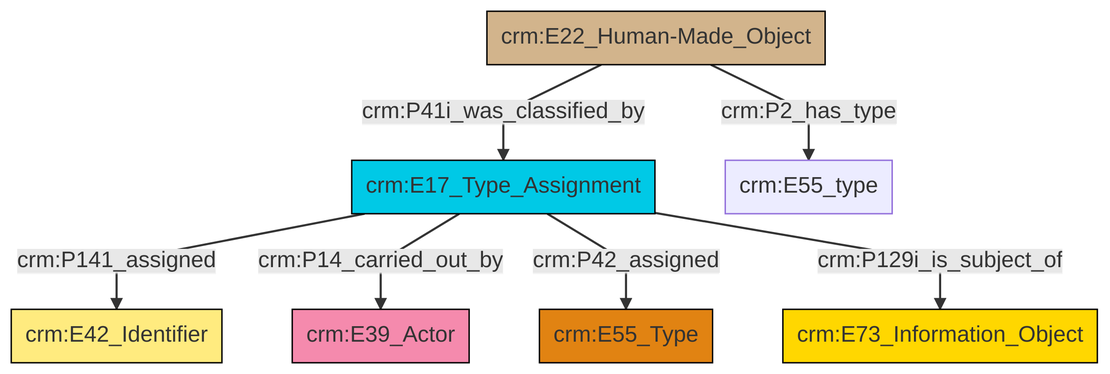
This is et/builtWorkCSV/ttl/mmd/png/Built_Work_designation_status.png from swiss-art-research-net/reference-data-models, a Mermaid export, as it was before one commit. Its source is kept beside it as et/builtWorkCSV/ttl/mmd/Built_Work_designation_status.ttl.mmd.
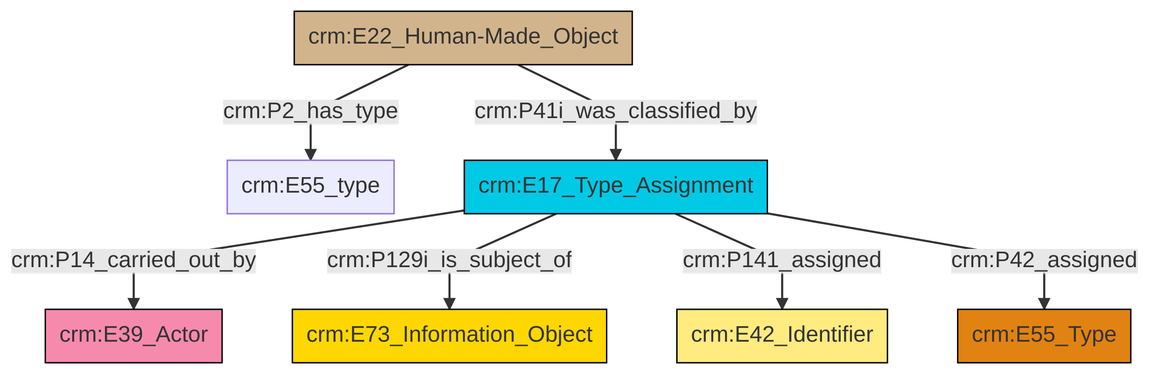
Later version of the same file.

Diff of the diagram source:
```diff
@@ -13,9 +13,9 @@
 classDef PC_Classes fill:#4ce600, stroke:#000000;
 classDef Multi fill:#cccccc,stroke:#000000;
 
-0["crm:E22_Human-Made_Object"]:::Physical_Thing -->|crm:P41i_was_classified_by| 1["crm:E17_Type_Assignment"]:::Temporal_Entity
-1["crm:E17_Type_Assignment"]:::Temporal_Entity -->|crm:P141_assigned| 2["crm:E42_Identifier"]:::Appellation
-1["crm:E17_Type_Assignment"]:::Temporal_Entity -->|crm:P14_carried_out_by| 6["crm:E39_Actor"]:::Actor
-1["crm:E17_Type_Assignment"]:::Temporal_Entity -->|crm:P42_assigned| 7["crm:E55_Type"]:::Type
-0["crm:E22_Human-Made_Object"]:::Physical_Thing -->|crm:P2_has_type| 8["crm:E55_type"]:::Default
-1["crm:E17_Type_Assignment"]:::Temporal_Entity -->|crm:P129i_is_subject_of| 4["crm:E73_Information_Object"]:::Conceptual_Object
+0["crm:E22_Human-Made_Object"]:::Physical_Thing -->|crm:P2_has_type| 1["crm:E55_type"]:::Default
+4["crm:E17_Type_Assignment"]:::Temporal_Entity -->|crm:P14_carried_out_by| 2["crm:E39_Actor"]:::Actor
+0["crm:E22_Human-Made_Object"]:::Physical_Thing -->|crm:P41i_was_classified_by| 4["crm:E17_Type_Assignment"]:::Temporal_Entity
+4["crm:E17_Type_Assignment"]:::Temporal_Entity -->|crm:P129i_is_subject_of| 5["crm:E73_Information_Object"]:::Conceptual_Object
+4["crm:E17_Type_Assignment"]:::Temporal_Entity -->|crm:P141_assigned| 6["crm:E42_Identifier"]:::Appellation
+4["crm:E17_Type_Assignment"]:::Temporal_Entity -->|crm:P42_assigned| 7["crm:E55_Type"]:::Type
```
